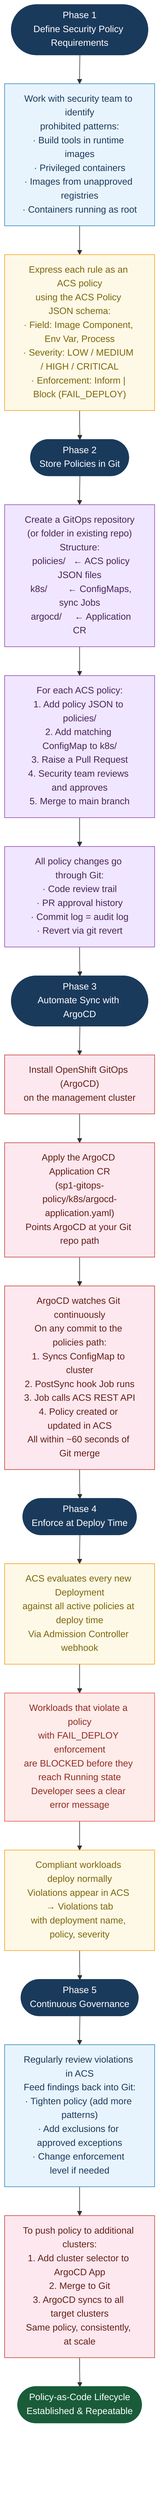
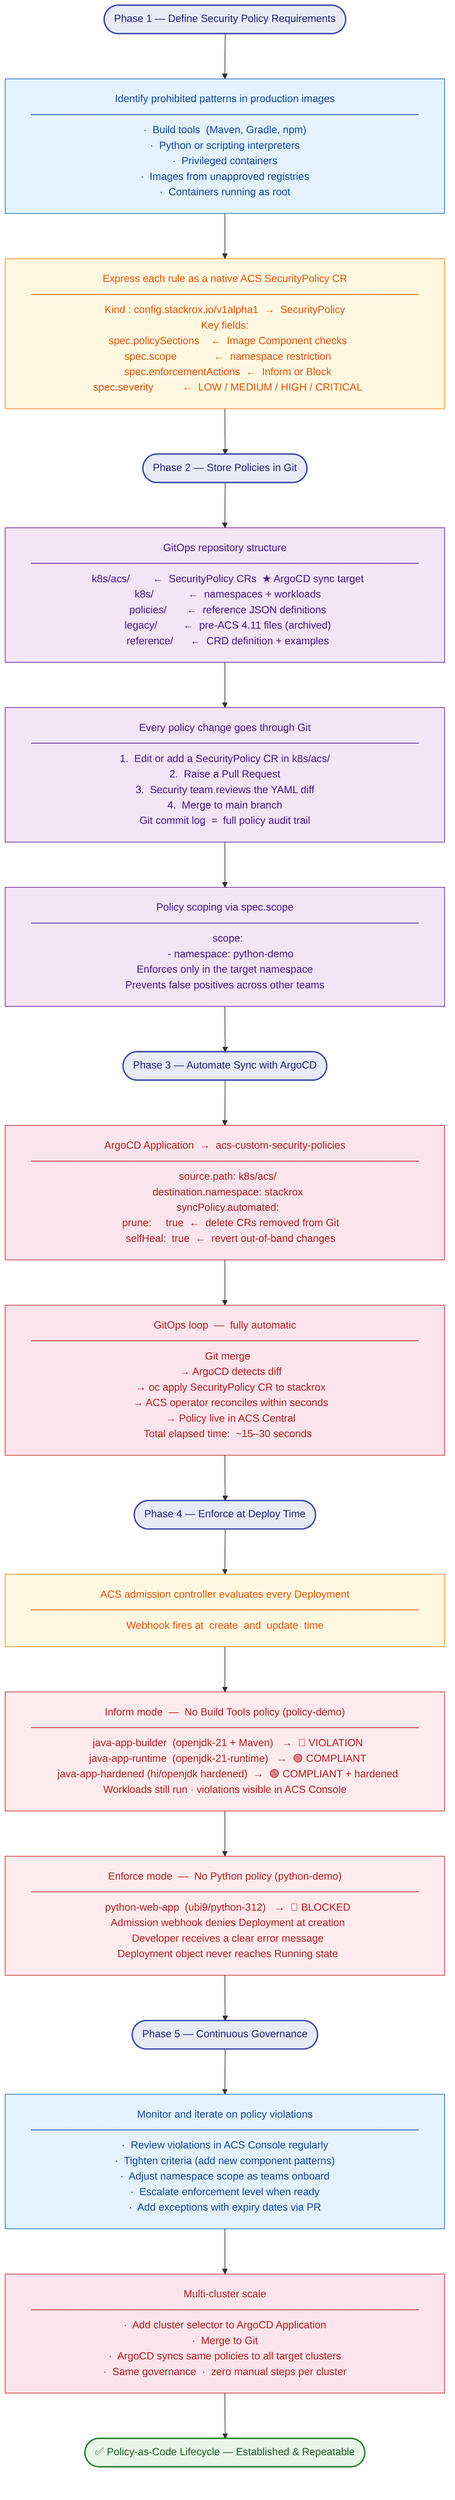
+ %%{init: {'flowchart': {'padding': 20, 'nodeSpacing': 50, 'rankSpacing': 70, 'wrappingWidth': 500}}}%%
flowchart TD
-     classDef phase    fill:#1a3a5c,stroke:#1a3a5c,color:#ffffff
-     classDef action   fill:#e8f4fd,stroke:#2980b9,color:#1a3a5c
-     classDef git      fill:#f0e6ff,stroke:#8e44ad,color:#4a235a
-     classDef argocd   fill:#fde8f0,stroke:#c0392b,color:#641e16
-     classDef acs      fill:#fef9e7,stroke:#f39c12,color:#7d6608
-     classDef enforce  fill:#fdecea,stroke:#e74c3c,color:#922b21
-     classDef done     fill:#1a5c3a,stroke:#1a5c3a,color:#ffffff
+     classDef phase    fill:#e8eaf6,stroke:#3949ab,color:#1a237e,stroke-width:2px
+     classDef action   fill:#e3f2fd,stroke:#1565c0,color:#0d47a1,stroke-width:1px
+     classDef git      fill:#f3e5f5,stroke:#6a1b9a,color:#4a148c,stroke-width:1px
+     classDef argocd   fill:#fce4ec,stroke:#c62828,color:#b71c1c,stroke-width:1px
+     classDef acs      fill:#fff8e1,stroke:#f57f17,color:#e65100,stroke-width:1px
+     classDef enforce  fill:#ffebee,stroke:#c62828,color:#b71c1c,stroke-width:1px
+     classDef compliant fill:#e8f5e9,stroke:#388e3c,color:#1b5e20,stroke-width:1px
+     classDef done     fill:#e8f5e9,stroke:#2e7d32,color:#1b5e20,stroke-width:2px

-     P1(["Phase 1\nDefine Security Policy Requirements"]):::phase
+     P1(["Phase 1  —  Define Security Policy Requirements"]):::phase

-     A1["Work with security team to identify\nprohibited patterns:\n· Build tools in runtime images\n· Privileged containers\n· Images from unapproved registries\n· Containers running as root"]:::action
+     A1["Identify prohibited patterns in production images\n─────────────────────────────────────────────────────\n·  Build tools  (Maven, Gradle, npm)\n·  Python or scripting interpreters\n·  Privileged containers\n·  Images from unapproved registries\n·  Containers running as root"]:::action

-     A2["Express each rule as an ACS policy\nusing the ACS Policy JSON schema:\n· Field: Image Component, Env Var, Process\n· Severity: LOW / MEDIUM / HIGH / CRITICAL\n· Enforcement: Inform | Block (FAIL_DEPLOY)"]:::acs
+     A2["Express each rule as a native ACS SecurityPolicy CR\n─────────────────────────────────────────────────────\nKind : config.stackrox.io/v1alpha1  →  SecurityPolicy\nKey fields:\n  spec.policySections    ←  Image Component checks\n  spec.scope             ←  namespace restriction\n  spec.enforcementActions  ←  Inform or Block\n  spec.severity          ←  LOW / MEDIUM / HIGH / CRITICAL"]:::acs

-     P2(["Phase 2\nStore Policies in Git"]):::phase
+     P2(["Phase 2  —  Store Policies in Git"]):::phase

-     A3["Create a GitOps repository\n(or folder in existing repo)\nStructure:\n  policies/   ← ACS policy JSON files\n  k8s/        ← ConfigMaps, sync Jobs\n  argocd/     ← Application CR"]:::git
+     A3["GitOps repository structure\n─────────────────────────────────────────────────────\n  k8s/acs/        ←  SecurityPolicy CRs  ★ ArgoCD sync target\n  k8s/            ←  namespaces + workloads\n  policies/       ←  reference JSON definitions\n  legacy/         ←  pre-ACS 4.11 files (archived)\n  reference/      ←  CRD definition + examples"]:::git

-     A4["For each ACS policy:\n1. Add policy JSON to policies/\n2. Add matching ConfigMap to k8s/\n3. Raise a Pull Request\n4. Security team reviews and approves\n5. Merge to main branch"]:::git
+     A4["Every policy change goes through Git\n─────────────────────────────────────────────────────\n1.  Edit or add a SecurityPolicy CR in k8s/acs/\n2.  Raise a Pull Request\n3.  Security team reviews the YAML diff\n4.  Merge to main branch\nGit commit log  =  full policy audit trail"]:::git

-     A5["All policy changes go through Git:\n· Code review trail\n· PR approval history\n· Commit log = audit log\n· Revert via git revert"]:::git
+     A5["Policy scoping via spec.scope\n─────────────────────────────────────────────────────\n  scope:\n    - namespace: python-demo\nEnforces only in the target namespace\nPrevents false positives across other teams"]:::git

-     P3(["Phase 3\nAutomate Sync with ArgoCD"]):::phase
+     P3(["Phase 3  —  Automate Sync with ArgoCD"]):::phase

-     A6["Install OpenShift GitOps (ArgoCD)\non the management cluster"]:::argocd
+     A6["ArgoCD Application  →  acs-custom-security-policies\n─────────────────────────────────────────────────────\n  source.path: k8s/acs/\n  destination.namespace: stackrox\n  syncPolicy.automated:\n    prune:     true  ←  delete CRs removed from Git\n    selfHeal:  true  ←  revert out-of-band changes"]:::argocd

-     A7["Apply the ArgoCD Application CR\n(sp1-gitops-policy/k8s/argocd-application.yaml)\nPoints ArgoCD at your Git repo path"]:::argocd
+     A7["GitOps loop  —  fully automatic\n─────────────────────────────────────────────────────\n  Git merge\n    → ArgoCD detects diff\n    → oc apply SecurityPolicy CR to stackrox\n    → ACS operator reconciles within seconds\n    → Policy live in ACS Central\n  Total elapsed time:  ~15–30 seconds"]:::argocd

-     A8["ArgoCD watches Git continuously\nOn any commit to the policies path:\n1. Syncs ConfigMap to cluster\n2. PostSync hook Job runs\n3. Job calls ACS REST API\n4. Policy created or updated in ACS\nAll within ~60 seconds of Git merge"]:::argocd
+     P4(["Phase 4  —  Enforce at Deploy Time"]):::phase

-     P4(["Phase 4\nEnforce at Deploy Time"]):::phase
+     A8["ACS admission controller evaluates every Deployment\n─────────────────────────────────────────────────────\nWebhook fires at  create  and  update  time"]:::acs

-     A9["ACS evaluates every new Deployment\nagainst all active policies at deploy time\nVia Admission Controller webhook"]:::acs
+     A9["Inform mode  —  No Build Tools policy (policy-demo)\n─────────────────────────────────────────────────────\n  java-app-builder  (openjdk-21 + Maven)   →  🔴 VIOLATION\n  java-app-runtime  (openjdk-21-runtime)   →  🟢 COMPLIANT\n  java-app-hardened (hi/openjdk hardened)  →  🟢 COMPLIANT + hardened\nWorkloads still run · violations visible in ACS Console"]:::enforce

-     A10["Workloads that violate a policy\nwith FAIL_DEPLOY enforcement\nare BLOCKED before they reach Running state\nDeveloper sees a clear error message"]:::enforce
+     A10["Enforce mode  —  No Python policy (python-demo)\n─────────────────────────────────────────────────────\n  python-web-app  (ubi9/python-312)   →  🚫 BLOCKED\n  Admission webhook denies Deployment at creation\n  Developer receives a clear error message\n  Deployment object never reaches Running state"]:::enforce

-     A11["Compliant workloads deploy normally\nViolations appear in ACS → Violations tab\nwith deployment name, policy, severity"]:::acs
+     P5(["Phase 5  —  Continuous Governance"]):::phase

-     P5(["Phase 5\nContinuous Governance"]):::phase
+     A11["Monitor and iterate on policy violations\n─────────────────────────────────────────────────────\n·  Review violations in ACS Console regularly\n·  Tighten criteria (add new component patterns)\n·  Adjust namespace scope as teams onboard\n·  Escalate enforcement level when ready\n·  Add exceptions with expiry dates via PR"]:::action

-     A12["Regularly review violations in ACS\nFeed findings back into Git:\n· Tighten policy (add more patterns)\n· Add exclusions for approved exceptions\n· Change enforcement level if needed"]:::action
+     A12["Multi-cluster scale\n─────────────────────────────────────────────────────\n·  Add cluster selector to ArgoCD Application\n·  Merge to Git\n·  ArgoCD syncs same policies to all target clusters\n·  Same governance  ·  zero manual steps per cluster"]:::argocd

-     A13["To push policy to additional clusters:\n1. Add cluster selector to ArgoCD App\n2. Merge to Git\n3. ArgoCD syncs to all target clusters\nSame policy, consistently, at scale"]:::argocd
- 
-     DONE(["Policy-as-Code Lifecycle\nEstablished & Repeatable"]):::done
+     DONE(["✅  Policy-as-Code Lifecycle  —  Established & Repeatable"]):::done

    P1 --> A1 --> A2
    A2 --> P2
    P2 --> A3 --> A4 --> A5
    A5 --> P3
-     P3 --> A6 --> A7 --> A8
-     A8 --> P4
-     P4 --> A9 --> A10 --> A11
-     A11 --> P5
-     P5 --> A12 --> A13
-     A13 --> DONE
+     P3 --> A6 --> A7
+     A7 --> P4
+     P4 --> A8 --> A9 --> A10
+     A10 --> P5
+     P5 --> A11 --> A12
+     A12 --> DONE
